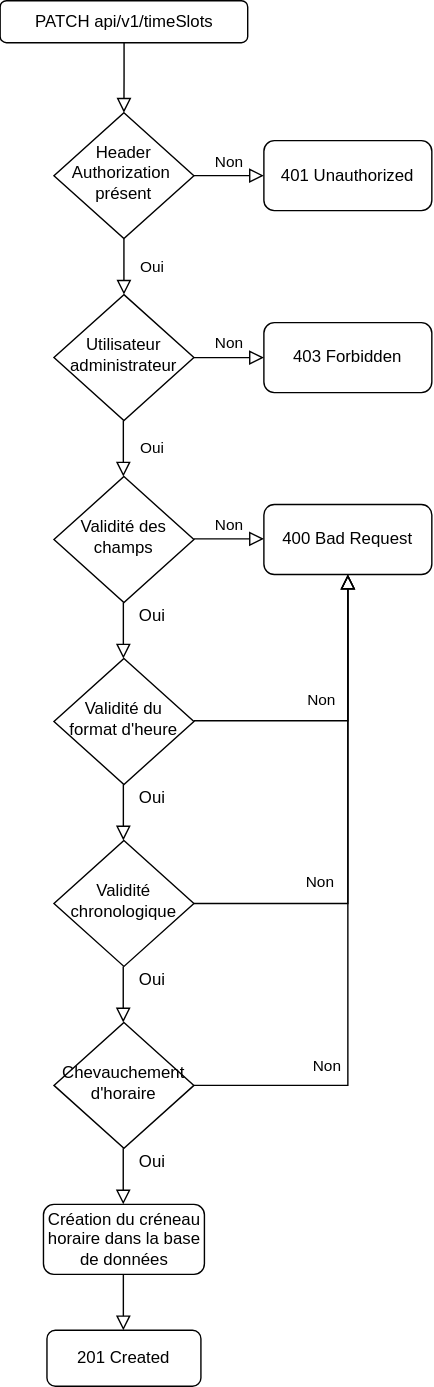
The draw.io diagram documentation/diagram/drawio/flowchartPostTimeSlot.svg in jonathanboreljaquet/bj-travail-diplome-2021, before a commit. Source tidied: cells renumbered, new cells last; positions are measured from the earlier drawing's top-left corner, leaving out a move shared by most shapes.
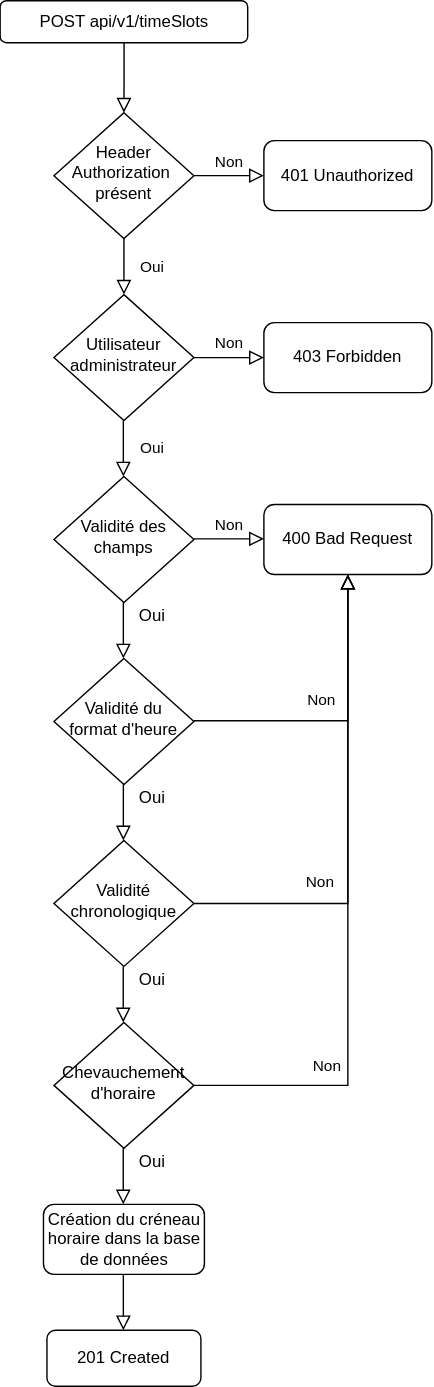
Later version of the same file.

Change to the diagram source:
```diff
@@ -5,7 +5,7 @@
     <mxCell id="2" style="rounded=0;html=1;jettySize=auto;fontSize=11;endArrow=block;endFill=0;endSize=8;strokeWidth=1;shadow=0;labelBackgroundColor=none;edgeStyle=orthogonalEdgeStyle;" parent="1" edge="1" source="3" target="6">
       <mxGeometry relative="1" as="geometry" />
     </mxCell>
-    <mxCell id="3" value="PATCH api/v1/timeSlots" style="rounded=1;whiteSpace=wrap;html=1;fontSize=12;glass=0;strokeWidth=1;shadow=0;" parent="1" vertex="1">
+    <mxCell id="3" value="POST api/v1/timeSlots" style="rounded=1;whiteSpace=wrap;html=1;fontSize=12;glass=0;strokeWidth=1;shadow=0;" parent="1" vertex="1">
       <mxGeometry x="-0.4" width="176.9" height="30" as="geometry" />
     </mxCell>
     <mxCell id="4" value="Oui" style="rounded=0;html=1;jettySize=auto;fontSize=11;endArrow=block;endFill=0;endSize=8;strokeWidth=1;shadow=0;labelBackgroundColor=none;edgeStyle=orthogonalEdgeStyle;" parent="1" edge="1" source="6" target="8">
```
